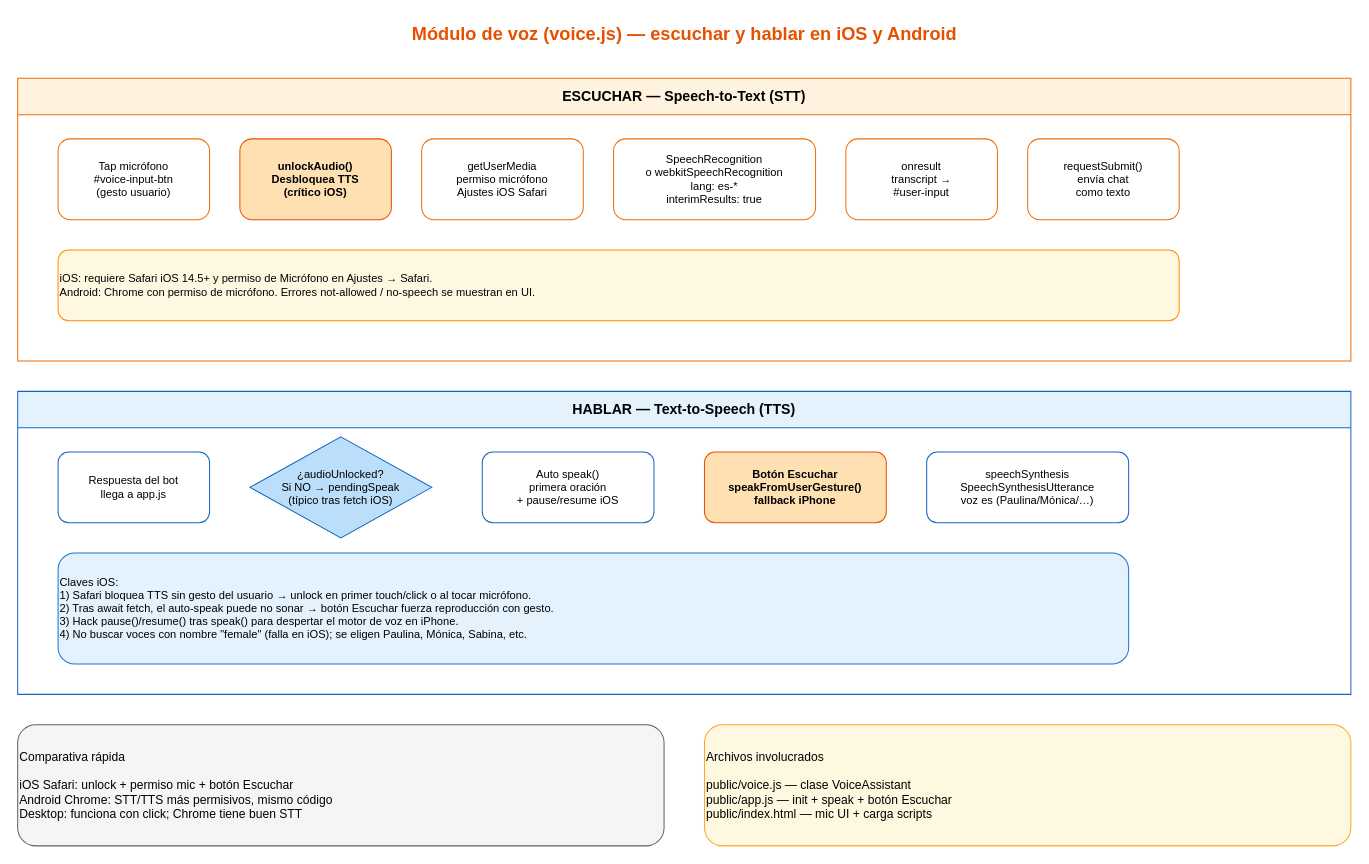
alexanderruiz46/asistenteia keeps this draw.io diagram as page "3. Flujo Voz iOS/Android" (3 of 4) of docs/arquitectura-aloxter.drawio. Above is the earlier version. Source tidied: cells renumbered, new cells numbered last; positions are measured from the earlier drawing's top-left corner, leaving out a move shared by most shapes. Both pictures are drawn from the tidied source at 101%, with x=0, y=0 at pixel (17, 17).
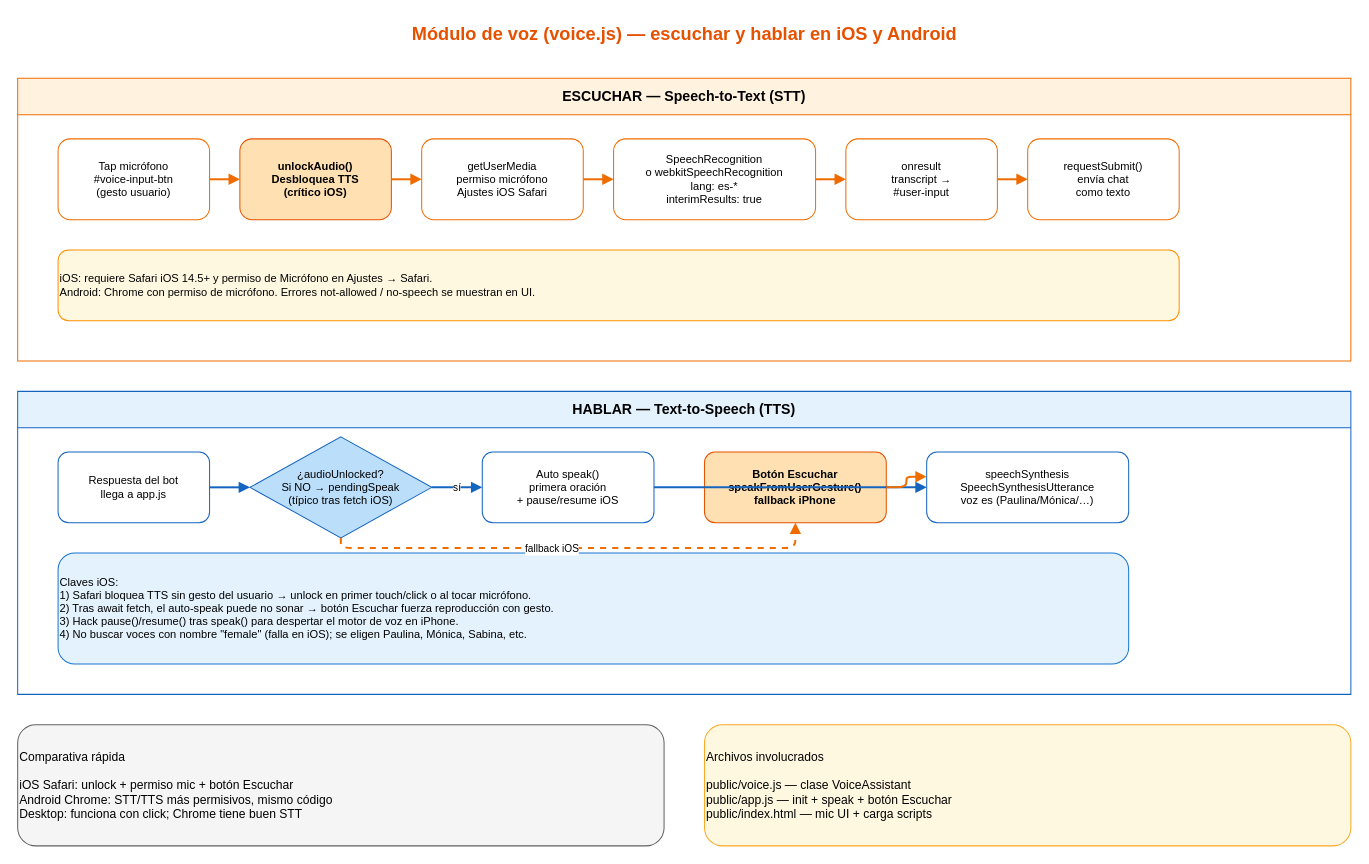
The same page after the edit.

The change refers to these unchanged cells:
```xml
<mxCell id="3" value="ESCUCHAR — Speech-to-Text (STT)" style="swimlane;whiteSpace=wrap;html=1;fillColor=#fff3e0;strokeColor=#ef6c00;fontStyle=1;fontSize=14;startSize=36;" parent="1" vertex="1">
  <mxGeometry y="60" width="1320" height="280" as="geometry" />
</mxCell>
<mxCell id="4" value="Tap micrófono&#10;#voice-input-btn&#10;(gesto usuario)" style="rounded=1;whiteSpace=wrap;html=1;fillColor=#ffffff;strokeColor=#ef6c00;fontSize=11;" parent="3" vertex="1">
  <mxGeometry x="40" y="60" width="150" height="80" as="geometry" />
</mxCell>
<mxCell id="5" value="unlockAudio()&#10;Desbloquea TTS&#10;(crítico iOS)" style="rounded=1;whiteSpace=wrap;html=1;fillColor=#ffe0b2;strokeColor=#e65100;fontSize=11;fontStyle=1;" parent="3" vertex="1">
  <mxGeometry x="220" y="60" width="150" height="80" as="geometry" />
</mxCell>
<mxCell id="6" value="getUserMedia&#10;permiso micrófono&#10;Ajustes iOS Safari" style="rounded=1;whiteSpace=wrap;html=1;fillColor=#ffffff;strokeColor=#ef6c00;fontSize=11;" parent="3" vertex="1">
  <mxGeometry x="400" y="60" width="160" height="80" as="geometry" />
</mxCell>
<mxCell id="7" value="SpeechRecognition&#10;o webkitSpeechRecognition&#10;lang: es-*&#10;interimResults: true" style="rounded=1;whiteSpace=wrap;html=1;fillColor=#ffffff;strokeColor=#ef6c00;fontSize=11;" parent="3" vertex="1">
  <mxGeometry x="590" y="60" width="200" height="80" as="geometry" />
</mxCell>
<mxCell id="8" value="onresult&#10;transcript →&#10;#user-input" style="rounded=1;whiteSpace=wrap;html=1;fillColor=#ffffff;strokeColor=#ef6c00;fontSize=11;" parent="3" vertex="1">
  <mxGeometry x="820" y="60" width="150" height="80" as="geometry" />
</mxCell>
<mxCell id="9" value="requestSubmit()&#10;envía chat&#10;como texto" style="rounded=1;whiteSpace=wrap;html=1;fillColor=#ffffff;strokeColor=#ef6c00;fontSize=11;" parent="3" vertex="1">
  <mxGeometry x="1000" y="60" width="150" height="80" as="geometry" />
</mxCell>
<mxCell id="11" value="HABLAR — Text-to-Speech (TTS)" style="swimlane;whiteSpace=wrap;html=1;fillColor=#e3f2fd;strokeColor=#1565c0;fontStyle=1;fontSize=14;startSize=36;" parent="1" vertex="1">
  <mxGeometry y="370" width="1320" height="300" as="geometry" />
</mxCell>
<mxCell id="12" value="Respuesta del bot&#10;llega a app.js" style="rounded=1;whiteSpace=wrap;html=1;fillColor=#ffffff;strokeColor=#1565c0;fontSize=11;" parent="11" vertex="1">
  <mxGeometry x="40" y="60" width="150" height="70" as="geometry" />
</mxCell>
<mxCell id="13" value="¿audioUnlocked?&#10;Si NO → pendingSpeak&#10;(típico tras fetch iOS)" style="rhombus;whiteSpace=wrap;html=1;fillColor=#bbdefb;strokeColor=#1565c0;fontSize=11;" parent="11" vertex="1">
  <mxGeometry x="230" y="45" width="180" height="100" as="geometry" />
</mxCell>
<mxCell id="14" value="Auto speak()&#10;primera oración&#10;+ pause/resume iOS" style="rounded=1;whiteSpace=wrap;html=1;fillColor=#ffffff;strokeColor=#1565c0;fontSize=11;" parent="11" vertex="1">
  <mxGeometry x="460" y="60" width="170" height="70" as="geometry" />
</mxCell>
<mxCell id="15" value="Botón Escuchar&#10;speakFromUserGesture()&#10;fallback iPhone" style="rounded=1;whiteSpace=wrap;html=1;fillColor=#ffe0b2;strokeColor=#e65100;fontSize=11;fontStyle=1;" parent="11" vertex="1">
  <mxGeometry x="680" y="60" width="180" height="70" as="geometry" />
</mxCell>
<mxCell id="16" value="speechSynthesis&#10;SpeechSynthesisUtterance&#10;voz es (Paulina/Mónica/…)" style="rounded=1;whiteSpace=wrap;html=1;fillColor=#ffffff;strokeColor=#1565c0;fontSize=11;" parent="11" vertex="1">
  <mxGeometry x="900" y="60" width="200" height="70" as="geometry" />
</mxCell>
```

The edit, as a diff of the source:
```diff
@@
+    <mxCell id="20" style="edgeStyle=orthogonalEdgeStyle;rounded=1;html=1;strokeWidth=2;strokeColor=#ef6c00;endArrow=block;exitX=1;exitY=0.5;entryX=0;entryY=0.5;" parent="3" edge="1" source="4" target="5">
+      <mxGeometry relative="1" as="geometry" />
+    </mxCell>
+    <mxCell id="21" style="edgeStyle=orthogonalEdgeStyle;rounded=1;html=1;strokeWidth=2;strokeColor=#ef6c00;endArrow=block;exitX=1;exitY=0.5;entryX=0;entryY=0.5;" parent="3" edge="1" source="5" target="6">
+      <mxGeometry relative="1" as="geometry" />
+    </mxCell>
+    <mxCell id="22" style="edgeStyle=orthogonalEdgeStyle;rounded=1;html=1;strokeWidth=2;strokeColor=#ef6c00;endArrow=block;exitX=1;exitY=0.5;entryX=0;entryY=0.5;" parent="3" edge="1" source="6" target="7">
+      <mxGeometry relative="1" as="geometry" />
+    </mxCell>
+    <mxCell id="23" style="edgeStyle=orthogonalEdgeStyle;rounded=1;html=1;strokeWidth=2;strokeColor=#ef6c00;endArrow=block;exitX=1;exitY=0.5;entryX=0;entryY=0.5;" parent="3" edge="1" source="7" target="8">
+      <mxGeometry relative="1" as="geometry" />
+    </mxCell>
+    <mxCell id="24" style="edgeStyle=orthogonalEdgeStyle;rounded=1;html=1;strokeWidth=2;strokeColor=#ef6c00;endArrow=block;exitX=1;exitY=0.5;entryX=0;entryY=0.5;" parent="3" edge="1" source="8" target="9">
+      <mxGeometry relative="1" as="geometry" />
+    </mxCell>
@@
+    <mxCell id="25" style="edgeStyle=orthogonalEdgeStyle;rounded=1;html=1;strokeWidth=2;strokeColor=#1565c0;endArrow=block;exitX=1;exitY=0.5;entryX=0;entryY=0.5;" parent="11" edge="1" source="12" target="13">
+      <mxGeometry relative="1" as="geometry" />
+    </mxCell>
+    <mxCell id="26" value="sí" style="edgeStyle=orthogonalEdgeStyle;rounded=1;html=1;strokeWidth=2;strokeColor=#1565c0;endArrow=block;exitX=1;exitY=0.5;entryX=0;entryY=0.5;fontSize=10;labelBackgroundColor=#ffffff;" parent="11" edge="1" source="13" target="14">
+      <mxGeometry relative="1" as="geometry" />
+    </mxCell>
+    <mxCell id="27" style="edgeStyle=orthogonalEdgeStyle;rounded=1;html=1;strokeWidth=2;strokeColor=#ef6c00;endArrow=block;dashed=1;exitX=0.5;exitY=1;entryX=0.5;entryY=1;fontSize=10;labelBackgroundColor=#ffffff;" parent="11" edge="1" source="13" target="15">
+      <mxGeometry x="0.2" y="20" relative="1" as="geometry">
+        <Array as="points">
+          <mxPoint x="320" y="155" />
+          <mxPoint x="770" y="155" />
+        </Array>
+      </mxGeometry>
+    </mxCell>
+    <mxCell id="28" value="fallback iOS" style="edgeLabel;html=1;align=center;verticalAlign=middle;fontSize=10;labelBackgroundColor=#ffffff;" parent="27" vertex="1">
+      <mxGeometry x="-0.1" relative="1" as="geometry" />
+    </mxCell>
+    <mxCell id="29" style="edgeStyle=orthogonalEdgeStyle;rounded=1;html=1;strokeWidth=2;strokeColor=#1565c0;endArrow=block;exitX=1;exitY=0.5;entryX=0;entryY=0.5;" parent="11" edge="1" source="14" target="16">
+      <mxGeometry relative="1" as="geometry">
+        <Array as="points">
+          <mxPoint x="860" y="95" />
+        </Array>
+      </mxGeometry>
+    </mxCell>
+    <mxCell id="30" style="edgeStyle=orthogonalEdgeStyle;rounded=1;html=1;strokeWidth=2;strokeColor=#ef6c00;endArrow=block;exitX=1;exitY=0.5;entryX=0;entryY=0.35;" parent="11" edge="1" source="15" target="16">
+      <mxGeometry relative="1" as="geometry" />
+    </mxCell>
```
